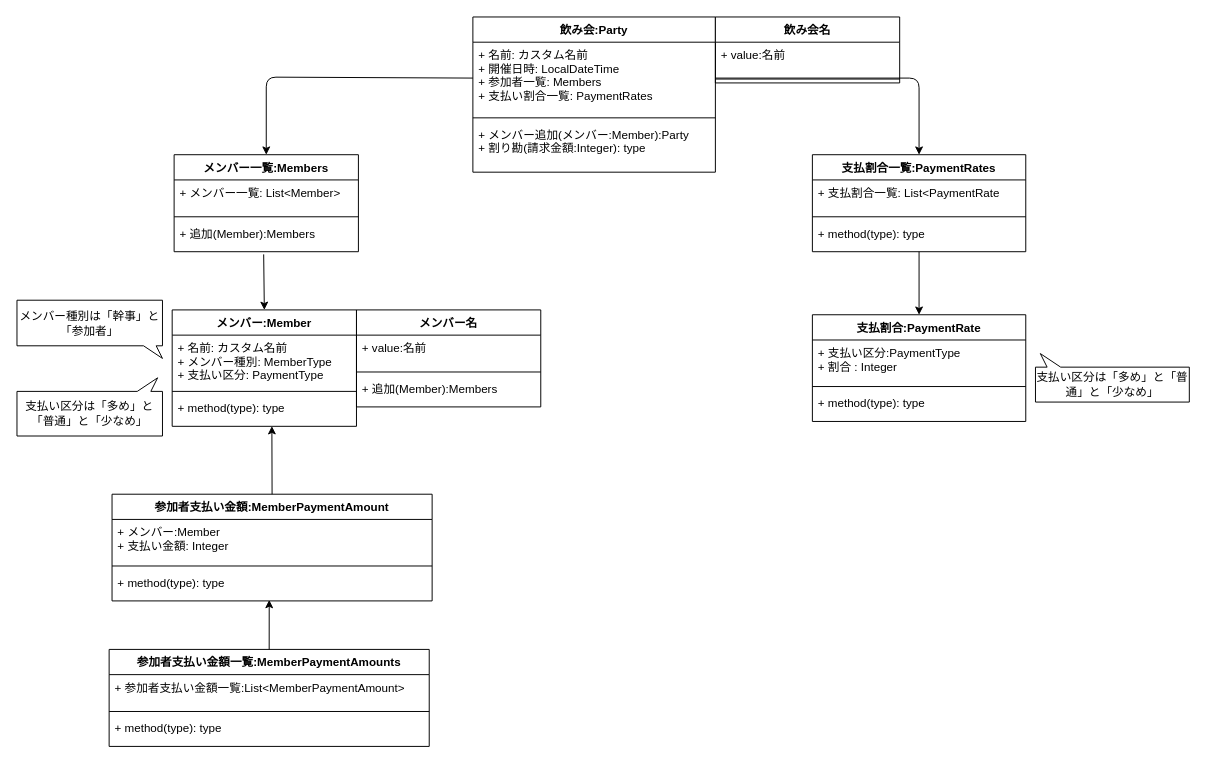
Above: doamin_nagata.drawio in 55kawaichan/warikan-domain-java (draw.io), before the change. Source tidied: cells renumbered, new cells numbered last; positions are measured from the earlier drawing's top-left corner, leaving out a move shared by most shapes. Both pictures are drawn from the tidied source at 97%, with x=0, y=0 at pixel (16, 16).
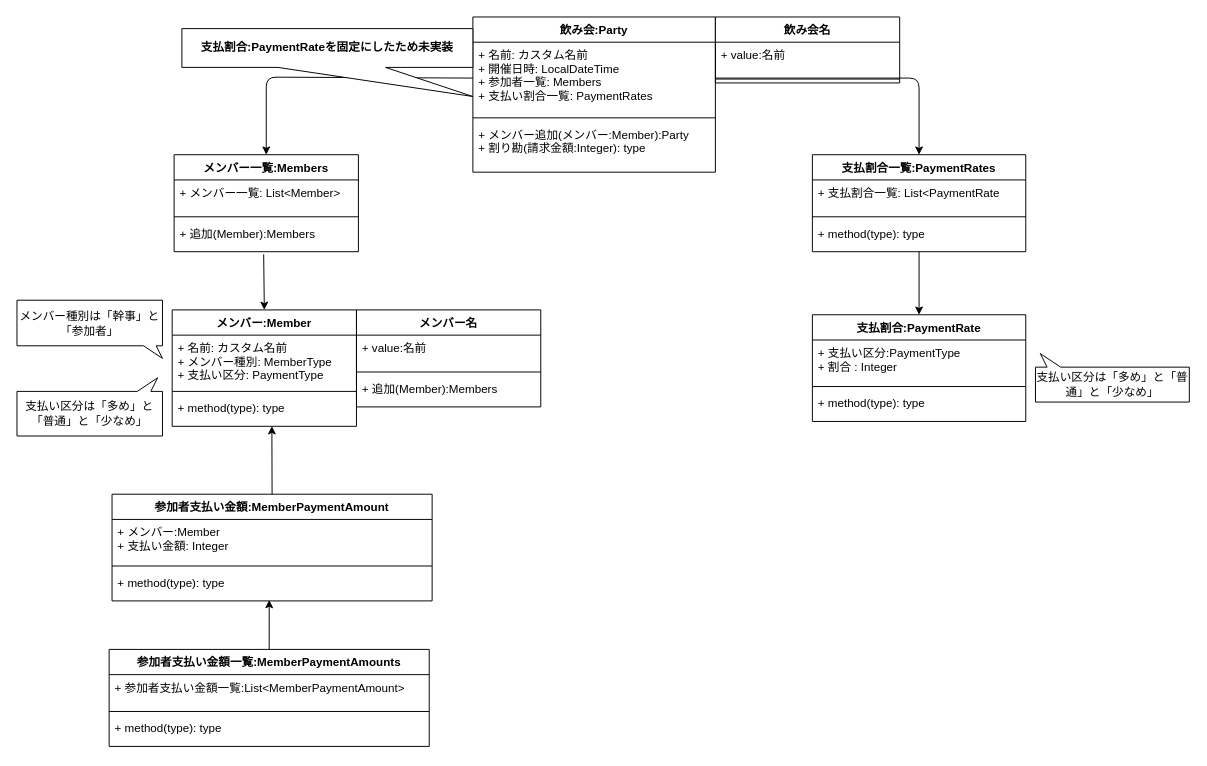
After the change.

What changed in the source:
```diff
@@
+    <mxCell id="48" value="&lt;span style=&quot;font-weight: 700&quot;&gt;支払割合:PaymentRateを固定にしたため未実装&lt;/span&gt;" style="shape=callout;whiteSpace=wrap;html=1;perimeter=calloutPerimeter;position2=1;size=30;position=0.33;base=111;" parent="1" vertex="1">
+      <mxGeometry x="170" y="12" width="300" height="70" as="geometry" />
+    </mxCell>
```
